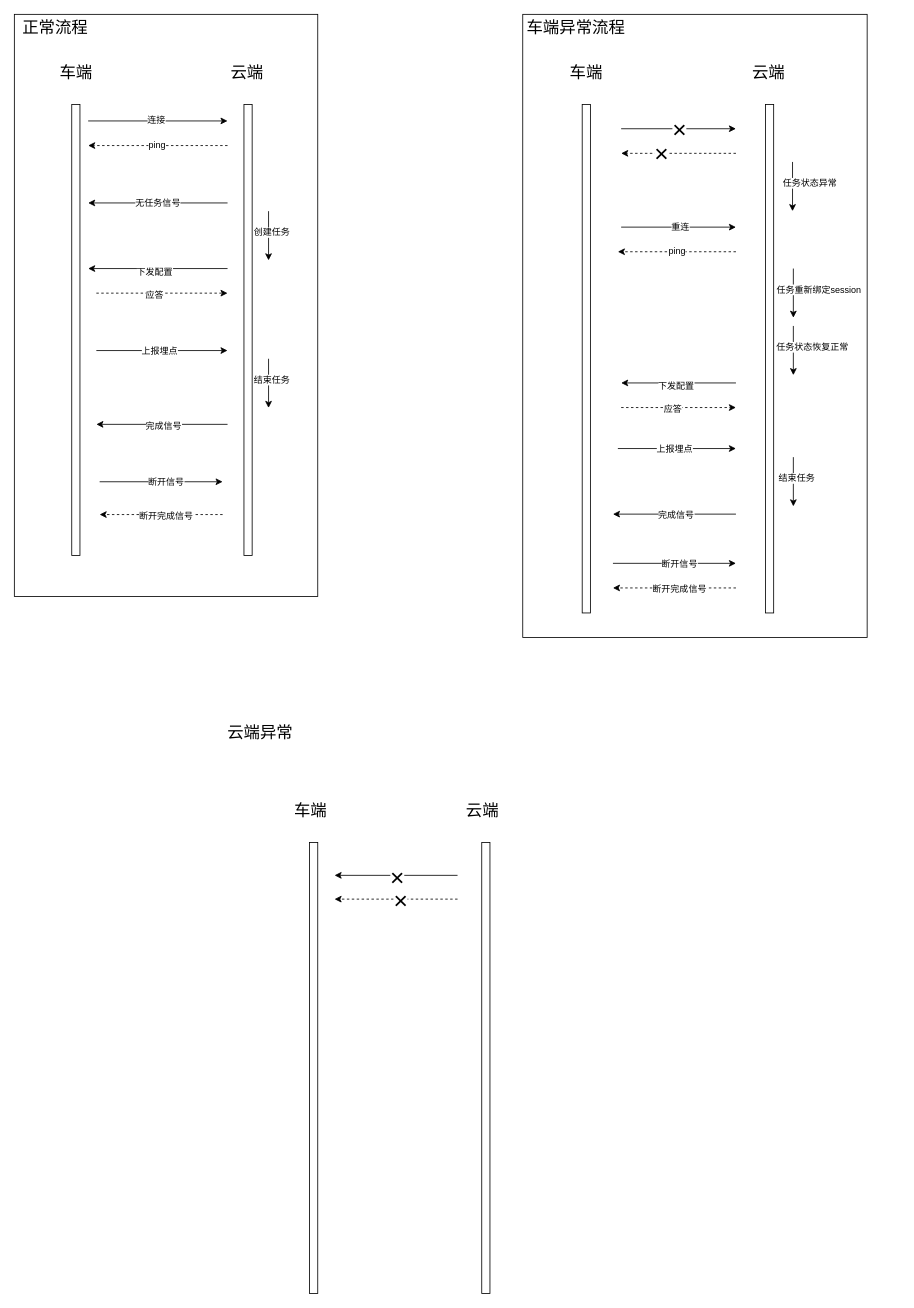
The draw.io diagram 测试模块-端云交互图.drawio in shaozc3g/draw_io, before the edit. Source tidied: cells renumbered, new cells numbered last; positions are measured from the earlier drawing's top-left corner, leaving out a move shared by most shapes. Both pictures are drawn from the tidied source at 82%, with x=0, y=0 at pixel (14, 14).
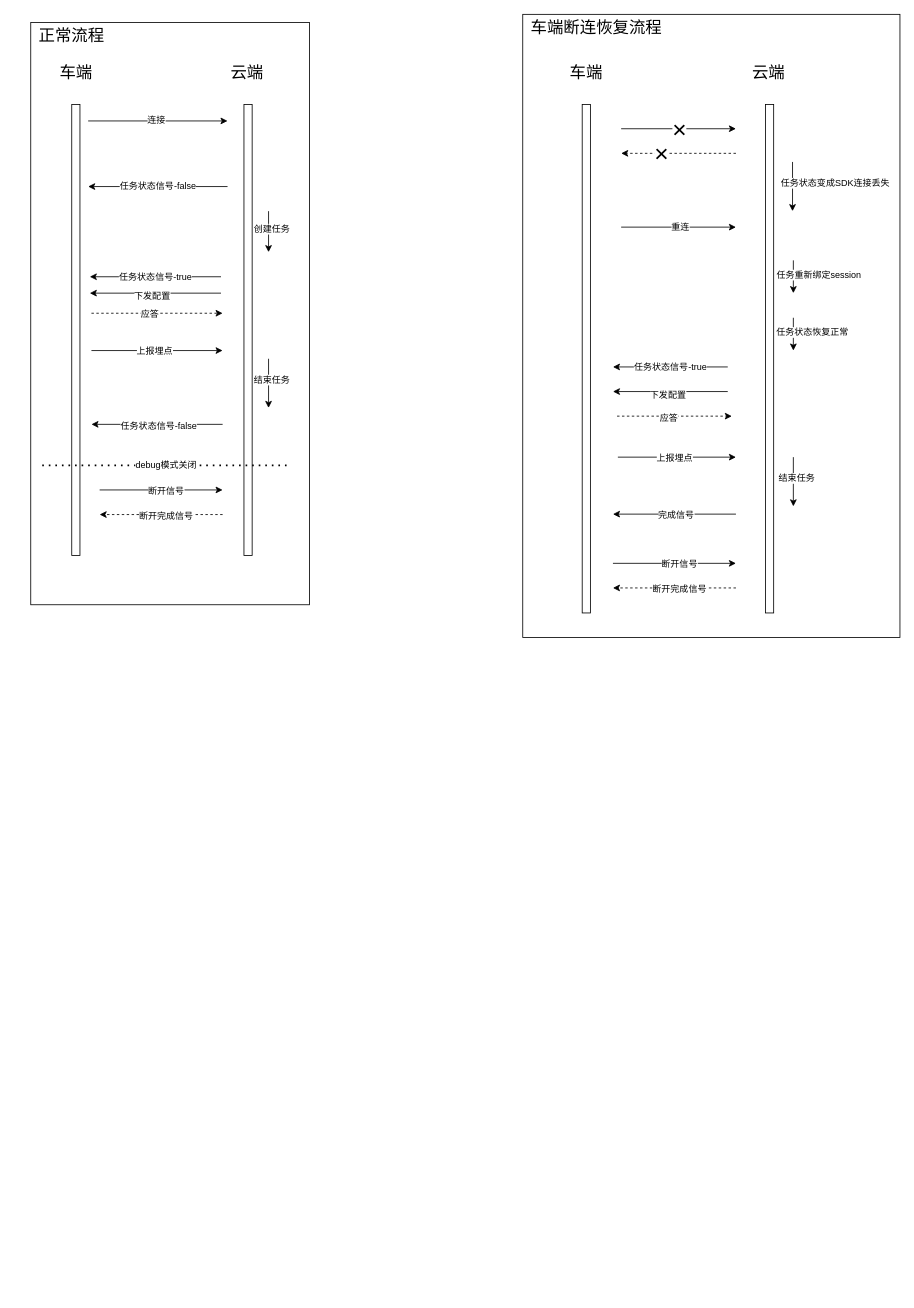
The same diagram, later.

Commit message:
更新测试模块-端云交互图.drawio

Unchanged cells that the change refers to:
```xml
<mxCell id="37" style="endArrow=classic;html=1;rounded=0;" parent="1" edge="1">
  <mxGeometry relative="1" as="geometry">
    <mxPoint x="949" y="180" as="sourcePoint" />
    <mxPoint x="949" y="240" as="targetPoint" />
  </mxGeometry>
</mxCell>
```

The edit, as a diff of the source:
```diff
@@
     <mxCell id="2" style="rounded=0;whiteSpace=wrap;html=1;" parent="1" vertex="1">
-      <mxGeometry x="620" width="420" height="760" as="geometry" />
+      <mxGeometry x="620" width="460" height="760" as="geometry" />
     </mxCell>
     <mxCell id="3" style="rounded=0;whiteSpace=wrap;html=1;" parent="1" vertex="1">
-      <mxGeometry width="370" height="710" as="geometry" />
+      <mxGeometry x="20" y="10" width="340" height="710" as="geometry" />
     </mxCell>
@@
-    <mxCell id="10" style="endArrow=classic;html=1;rounded=0;dashed=1;" parent="1" edge="1">
-      <mxGeometry relative="1" as="geometry">
-        <mxPoint x="260" y="160" as="sourcePoint" />
-        <mxPoint x="90" y="160" as="targetPoint" />
-      </mxGeometry>
-    </mxCell>
-    <mxCell id="11" value="ping" style="edgeLabel;html=1;align=center;verticalAlign=middle;" parent="10" vertex="1">
-      <mxGeometry x="0.02" y="-1" relative="1" as="geometry" />
-    </mxCell>
     <mxCell id="12" style="endArrow=classic;html=1;rounded=0;" parent="1" edge="1">
       <mxGeometry relative="1" as="geometry">
-        <mxPoint x="260" y="230" as="sourcePoint" />
-        <mxPoint x="90" y="230" as="targetPoint" />
+        <mxPoint x="260" y="210" as="sourcePoint" />
+        <mxPoint x="90" y="210" as="targetPoint" />
       </mxGeometry>
     </mxCell>
-    <mxCell id="13" value="无任务信号" style="edgeLabel;html=1;align=center;verticalAlign=middle;" parent="12" vertex="1">
+    <mxCell id="13" value="任务状态信号-false" style="edgeLabel;html=1;align=center;verticalAlign=middle;" parent="12" vertex="1">
       <mxGeometry x="0.01" y="-1" relative="1" as="geometry" />
     </mxCell>
     <mxCell id="14" style="endArrow=classic;html=1;rounded=0;" parent="1" edge="1">
       <mxGeometry relative="1" as="geometry">
         <mxPoint x="310" y="240" as="sourcePoint" />
-        <mxPoint x="310" y="300" as="targetPoint" />
+        <mxPoint x="310" y="290" as="targetPoint" />
       </mxGeometry>
     </mxCell>
@@
     <mxCell id="16" style="endArrow=classic;html=1;rounded=0;" parent="1" edge="1">
       <mxGeometry relative="1" as="geometry">
-        <mxPoint x="260" y="310" as="sourcePoint" />
-        <mxPoint x="90" y="310" as="targetPoint" />
+        <mxPoint x="252" y="340" as="sourcePoint" />
+        <mxPoint x="92" y="340" as="targetPoint" />
       </mxGeometry>
     </mxCell>
@@
-    <mxCell id="18" style="endArrow=classic;html=1;rounded=0;dashed=1;" parent="1" edge="1">
-      <mxGeometry relative="1" as="geometry">
-        <mxPoint x="100" y="340" as="sourcePoint" />
-        <mxPoint x="260" y="340" as="targetPoint" />
-      </mxGeometry>
-    </mxCell>
-    <mxCell id="19" value="应答" style="edgeLabel;html=1;align=center;verticalAlign=middle;" parent="18" vertex="1">
-      <mxGeometry x="-0.12" y="-1" relative="1" as="geometry" />
-    </mxCell>
     <mxCell id="20" style="endArrow=classic;html=1;rounded=0;" parent="1" edge="1">
       <mxGeometry relative="1" as="geometry">
-        <mxPoint x="100" y="410" as="sourcePoint" />
-        <mxPoint x="260" y="410" as="targetPoint" />
+        <mxPoint x="94" y="410" as="sourcePoint" />
+        <mxPoint x="254" y="410" as="targetPoint" />
       </mxGeometry>
     </mxCell>
@@
     <mxCell id="24" style="endArrow=classic;html=1;rounded=0;" parent="1" edge="1">
       <mxGeometry relative="1" as="geometry">
-        <mxPoint x="260" y="500" as="sourcePoint" />
-        <mxPoint x="100" y="500" as="targetPoint" />
+        <mxPoint x="254" y="500" as="sourcePoint" />
+        <mxPoint x="94" y="500" as="targetPoint" />
       </mxGeometry>
     </mxCell>
-    <mxCell id="25" value="完成信号" style="edgeLabel;html=1;align=center;verticalAlign=middle;" parent="24" vertex="1">
+    <mxCell id="25" value="任务状态信号-false" style="edgeLabel;html=1;align=center;verticalAlign=middle;" parent="24" vertex="1">
       <mxGeometry x="-0.01" y="1" relative="1" as="geometry" />
     </mxCell>
@@
     <mxCell id="30" style="endArrow=classic;html=1;rounded=0;" parent="1" edge="1">
       <mxGeometry relative="1" as="geometry">
-        <mxPoint x="104" y="570" as="sourcePoint" />
-        <mxPoint x="254" y="570" as="targetPoint" />
+        <mxPoint x="104" y="580" as="sourcePoint" />
+        <mxPoint x="254" y="580" as="targetPoint" />
       </mxGeometry>
     </mxCell>
@@
     <mxCell id="34" value="正常流程" style="text;html=1;align=center;verticalAlign=middle;whiteSpace=wrap;rounded=0;fontSize=20;" parent="1" vertex="1">
-      <mxGeometry width="100" height="30" as="geometry" />
+      <mxGeometry x="20" y="10" width="100" height="30" as="geometry" />
     </mxCell>
@@
-    <mxCell id="38" value="任务状态异常" style="edgeLabel;html=1;align=center;verticalAlign=middle;" parent="37" vertex="1">
+    <mxCell id="38" value="任务状态变成SDK连接丢失" style="edgeLabel;html=1;align=center;verticalAlign=middle;" parent="37" vertex="1">
       <mxGeometry x="-0.17" y="3" relative="1" as="geometry">
-        <mxPoint x="17" as="offset" />
+        <mxPoint x="48" as="offset" />
       </mxGeometry>
     </mxCell>
@@
-    <mxCell id="43" style="endArrow=classic;html=1;rounded=0;dashed=1;" parent="1" edge="1">
-      <mxGeometry relative="1" as="geometry">
-        <mxPoint x="880" y="289.5" as="sourcePoint" />
-        <mxPoint x="736" y="289.5" as="targetPoint" />
-      </mxGeometry>
-    </mxCell>
-    <mxCell id="44" value="ping" style="edgeLabel;html=1;align=center;verticalAlign=middle;" parent="43" vertex="1">
-      <mxGeometry x="0.02" y="-1" relative="1" as="geometry" />
-    </mxCell>
     <mxCell id="45" style="endArrow=classic;html=1;rounded=0;" parent="1" edge="1">
       <mxGeometry relative="1" as="geometry">
-        <mxPoint x="950" y="310" as="sourcePoint" />
-        <mxPoint x="950" y="370" as="targetPoint" />
+        <mxPoint x="950" y="300" as="sourcePoint" />
+        <mxPoint x="950" y="340" as="targetPoint" />
       </mxGeometry>
     </mxCell>
@@
     <mxCell id="47" style="endArrow=classic;html=1;rounded=0;" parent="1" edge="1">
       <mxGeometry relative="1" as="geometry">
-        <mxPoint x="950" y="380" as="sourcePoint" />
-        <mxPoint x="950" y="440" as="targetPoint" />
+        <mxPoint x="950" y="370" as="sourcePoint" />
+        <mxPoint x="950" y="410" as="targetPoint" />
       </mxGeometry>
     </mxCell>
@@
     <mxCell id="49" style="endArrow=classic;html=1;rounded=0;" parent="1" edge="1">
       <mxGeometry relative="1" as="geometry">
-        <mxPoint x="880" y="449.5" as="sourcePoint" />
-        <mxPoint x="740" y="449.5" as="targetPoint" />
+        <mxPoint x="870" y="460" as="sourcePoint" />
+        <mxPoint x="730" y="460" as="targetPoint" />
       </mxGeometry>
     </mxCell>
@@
     <mxCell id="51" style="endArrow=classic;html=1;rounded=0;dashed=1;" parent="1" edge="1">
       <mxGeometry relative="1" as="geometry">
-        <mxPoint x="740" y="479.5" as="sourcePoint" />
-        <mxPoint x="880" y="479.5" as="targetPoint" />
+        <mxPoint x="735" y="490" as="sourcePoint" />
+        <mxPoint x="875" y="490" as="targetPoint" />
       </mxGeometry>
     </mxCell>
@@
     <mxCell id="53" style="endArrow=classic;html=1;rounded=0;" parent="1" edge="1">
       <mxGeometry relative="1" as="geometry">
-        <mxPoint x="736" y="529.5" as="sourcePoint" />
-        <mxPoint x="880" y="529.5" as="targetPoint" />
+        <mxPoint x="736" y="540" as="sourcePoint" />
+        <mxPoint x="880" y="540" as="targetPoint" />
       </mxGeometry>
     </mxCell>
@@
-    <mxCell id="63" value="车端异常流程" style="text;html=1;align=center;verticalAlign=middle;whiteSpace=wrap;rounded=0;fontSize=20;" parent="1" vertex="1">
-      <mxGeometry x="620" width="130" height="30" as="geometry" />
+    <mxCell id="63" value="车端断连恢复流程" style="text;html=1;align=center;verticalAlign=middle;whiteSpace=wrap;rounded=0;fontSize=20;" parent="1" vertex="1">
+      <mxGeometry x="620" width="180" height="30" as="geometry" />
     </mxCell>
-    <mxCell id="64" style="html=1;perimeter=orthogonalPerimeter;targetShapes=umlLifeline;newEdgeStyle={&quot;curved&quot;:0,&quot;rounded&quot;:0};" parent="1" vertex="1">
-      <mxGeometry x="360" y="1010" width="10" height="550" as="geometry" />
-    </mxCell>
-    <mxCell id="65" style="html=1;perimeter=orthogonalPerimeter;targetShapes=umlLifeline;newEdgeStyle={&quot;curved&quot;:0,&quot;rounded&quot;:0};" parent="1" vertex="1">
-      <mxGeometry x="570" y="1010" width="10" height="550" as="geometry" />
-    </mxCell>
-    <mxCell id="66" value="车端" style="text;html=1;align=center;verticalAlign=middle;whiteSpace=wrap;rounded=0;fontSize=20;" parent="1" vertex="1">
-      <mxGeometry x="314" y="940" width="95" height="60" as="geometry" />
-    </mxCell>
-    <mxCell id="67" value="云端" style="text;html=1;align=center;verticalAlign=middle;whiteSpace=wrap;rounded=0;fontSize=20;" parent="1" vertex="1">
-      <mxGeometry x="540.5" y="955" width="60" height="30" as="geometry" />
-    </mxCell>
-    <mxCell id="68" style="endArrow=classic;html=1;rounded=0;" parent="1" edge="1">
-      <mxGeometry relative="1" as="geometry">
-        <mxPoint x="540.5" y="1050" as="sourcePoint" />
-        <mxPoint x="390.5" y="1050" as="targetPoint" />
-      </mxGeometry>
-    </mxCell>
-    <mxCell id="69" value="×" style="edgeLabel;html=1;align=center;verticalAlign=middle;fontSize=30;" parent="1" vertex="1">
-      <mxGeometry x="370" y="840" as="geometry">
-        <mxPoint x="96" y="211" as="offset" />
-      </mxGeometry>
-    </mxCell>
-    <mxCell id="70" value="云端异常" style="text;html=1;align=center;verticalAlign=middle;whiteSpace=wrap;rounded=0;fontSize=20;" parent="1" vertex="1">
-      <mxGeometry x="250" y="860" width="100" height="30" as="geometry" />
-    </mxCell>
-    <mxCell id="71" style="endArrow=classic;html=1;rounded=0;dashed=1;" parent="1" edge="1">
-      <mxGeometry relative="1" as="geometry">
-        <mxPoint x="540.5" y="1079" as="sourcePoint" />
-        <mxPoint x="390.5" y="1079" as="targetPoint" />
-      </mxGeometry>
-    </mxCell>
-    <mxCell id="72" value="&lt;span style=&quot;font-size: 30px;&quot;&gt;×&lt;/span&gt;" style="edgeLabel;html=1;align=center;verticalAlign=middle;" parent="71" vertex="1">
-      <mxGeometry x="0.09" y="-1" relative="1" as="geometry">
-        <mxPoint x="12" y="1" as="offset" />
-      </mxGeometry>
-    </mxCell>
+    <mxCell id="73" style="endArrow=classic;html=1;rounded=0;" parent="1" edge="1">
+      <mxGeometry relative="1" as="geometry">
+        <mxPoint x="870" y="430" as="sourcePoint" />
+        <mxPoint x="730" y="430" as="targetPoint" />
+      </mxGeometry>
+    </mxCell>
+    <mxCell id="74" value="任务状态信号-true" style="edgeLabel;html=1;align=center;verticalAlign=middle;" parent="73" vertex="1">
+      <mxGeometry x="0.01" y="-1" relative="1" as="geometry" />
+    </mxCell>
+    <mxCell id="75" style="endArrow=classic;html=1;rounded=0;" parent="1" edge="1">
+      <mxGeometry relative="1" as="geometry">
+        <mxPoint x="252" y="320" as="sourcePoint" />
+        <mxPoint x="92" y="320" as="targetPoint" />
+      </mxGeometry>
+    </mxCell>
+    <mxCell id="76" value="任务状态信号-true" style="edgeLabel;html=1;align=center;verticalAlign=middle;" parent="75" vertex="1">
+      <mxGeometry x="0.01" y="-1" relative="1" as="geometry" />
+    </mxCell>
+    <mxCell id="77" style="endArrow=classic;html=1;rounded=0;dashed=1;" parent="1" edge="1">
+      <mxGeometry relative="1" as="geometry">
+        <mxPoint x="94" y="364.5" as="sourcePoint" />
+        <mxPoint x="254" y="364.5" as="targetPoint" />
+      </mxGeometry>
+    </mxCell>
+    <mxCell id="19" value="应答" style="edgeLabel;html=1;align=center;verticalAlign=middle;" parent="77" vertex="1">
+      <mxGeometry x="-0.12" y="-1" relative="1" as="geometry" />
+    </mxCell>
+    <mxCell id="78" style="endArrow=none;dashed=1;html=1;dashPattern=1 3;strokeWidth=2;rounded=0;" parent="1" edge="1">
+      <mxGeometry relative="1" as="geometry">
+        <mxPoint x="34" y="550" as="sourcePoint" />
+        <mxPoint x="334" y="550" as="targetPoint" />
+      </mxGeometry>
+    </mxCell>
+    <mxCell id="79" value="debug模式关闭" style="edgeLabel;html=1;align=center;verticalAlign=middle;" parent="78" vertex="1">
+      <mxGeometry x="-0.09" y="1" relative="1" as="geometry">
+        <mxPoint x="13" as="offset" />
+      </mxGeometry>
+    </mxCell>
```
